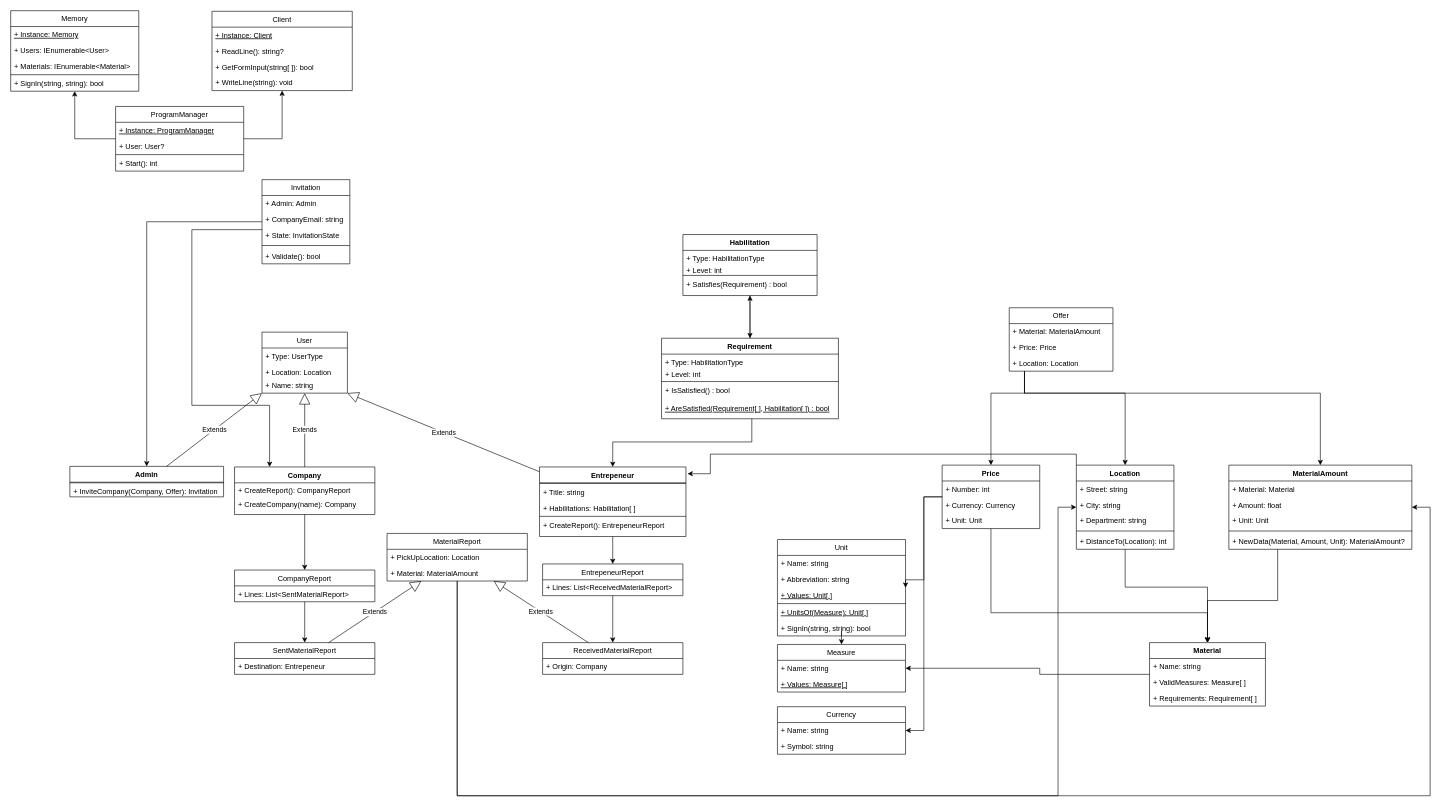
ProgramacionII-Equipo3/Grupo3-Proyecto keeps this draw.io diagram as assets/UML-diagram.drawio. Above is the earlier version. Source tidied: cells renumbered, new cells numbered last; positions are measured from the earlier drawing's top-left corner, leaving out a move shared by most shapes. Both pictures are drawn from the tidied source at 61%, with x=0, y=0 at pixel (10, 10).
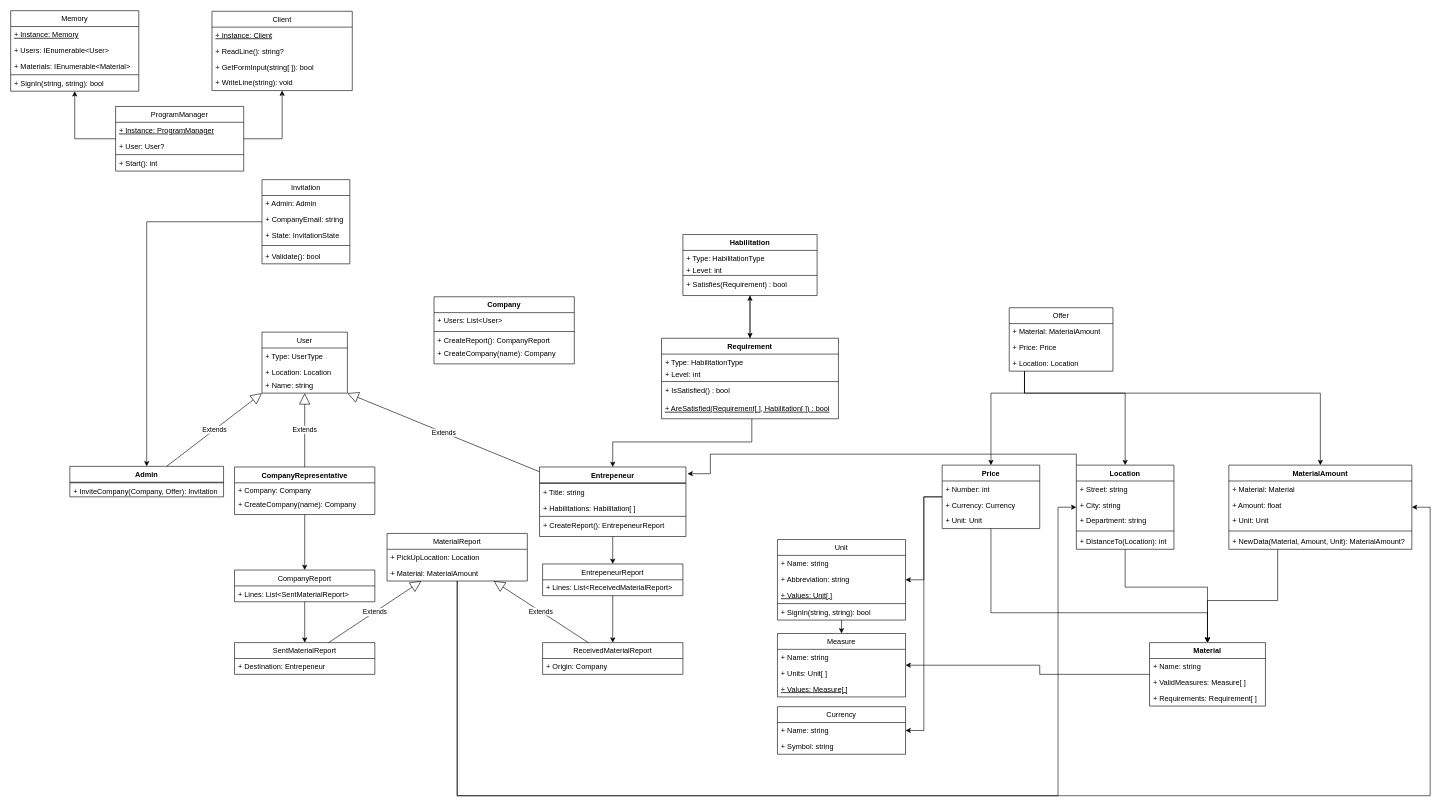
The same diagram, later.

Unchanged cells that the change refers to:
```xml
<mxCell id="7" value="CompanyReport" style="swimlane;fontStyle=0;horizontal=1;startSize=26;" parent="1" vertex="1">
  <mxGeometry x="367" y="917" width="230" height="52" as="geometry" />
</mxCell>
<mxCell id="31" value="Invitation" style="swimlane;fontStyle=0;horizontal=1;startSize=26;" parent="1" vertex="1">
  <mxGeometry x="412" y="277" width="144" height="138" as="geometry" />
</mxCell>
<mxCell id="45" value="Material" style="swimlane;fontStyle=1;align=center;verticalAlign=top;horizontal=1;startSize=26;" parent="1" vertex="1">
  <mxGeometry x="1867" y="1036" width="190" height="104" as="geometry" />
</mxCell>
<mxCell id="81" value="User" style="swimlane;fontStyle=0;horizontal=1;startSize=26;" parent="1" vertex="1">
  <mxGeometry x="412" y="527" width="140" height="100" as="geometry" />
</mxCell>
```

Diff of the diagram source:
```diff
@@
-    <mxCell id="2" style="edgeStyle=orthogonalEdgeStyle;rounded=0;jettySize=auto;html=1;entryX=0.5;entryY=0;entryDx=0;entryDy=0;" parent="1" edge="1" source="3" target="7">
+    <mxCell id="2" style="edgeStyle=orthogonalEdgeStyle;rounded=0;jettySize=auto;html=1;entryX=0.5;entryY=0;entryDx=0;entryDy=0;exitX=0.5;exitY=1;exitDx=0;exitDy=0;" parent="1" edge="1" source="128" target="7">
       <mxGeometry relative="1" as="geometry" />
     </mxCell>
-    <mxCell id="3" value="Company" style="swimlane;fontStyle=1;align=center;verticalAlign=top;horizontal=1;startSize=26;" parent="1" vertex="1">
-      <mxGeometry x="367" y="748" width="230" height="78" as="geometry" />
-    </mxCell>
-    <mxCell id="4" value="+ CreateReport(): CompanyReport" style="text;align=left;verticalAlign=top;spacingLeft=4;spacingRight=4;overflow=hidden;" parent="3" vertex="1">
-      <mxGeometry y="26" width="230" height="22" as="geometry" />
-    </mxCell>
-    <mxCell id="5" value="+ CreateCompany(name): Company" style="text;align=left;verticalAlign=top;spacingLeft=4;spacingRight=4;overflow=hidden;" parent="3" vertex="1">
-      <mxGeometry y="48" width="230" height="30" as="geometry" />
-    </mxCell>
@@
     <mxCell id="94" value="Measure" style="swimlane;fontStyle=0;horizontal=1;startSize=26;" parent="1" vertex="1">
-      <mxGeometry x="1257" y="1039" width="210" height="78" as="geometry" />
+      <mxGeometry x="1257" y="1021" width="210" height="104" as="geometry" />
     </mxCell>
@@
+    <mxCell id="104" value="+ Units: Unit[ ]" style="text;align=left;verticalAlign=top;spacingLeft=4;spacingRight=4;overflow=hidden;fontStyle=0;" parent="94" vertex="1">
+      <mxGeometry y="52" width="210" height="26" as="geometry" />
+    </mxCell>
     <mxCell id="96" value="+ Values: Measure[ ]" style="text;align=left;verticalAlign=top;spacingLeft=4;spacingRight=4;overflow=hidden;fontStyle=4;" parent="94" vertex="1">
-      <mxGeometry y="52" width="210" height="26" as="geometry" />
+      <mxGeometry y="78" width="210" height="26" as="geometry" />
     </mxCell>
@@
     <mxCell id="99" value="Unit" style="swimlane;fontStyle=0;horizontal=1;startSize=26;" parent="1" vertex="1">
-      <mxGeometry x="1257" y="867" width="210" height="158" as="geometry" />
+      <mxGeometry x="1257" y="867" width="210" height="132" as="geometry" />
     </mxCell>
@@
-    <mxCell id="104" value="+ UnitsOf(Measure): Unit[ ]" style="text;align=left;verticalAlign=top;spacingLeft=4;spacingRight=4;overflow=hidden;fontStyle=4;" parent="99" vertex="1">
-      <mxGeometry y="106" width="210" height="26" as="geometry" />
-    </mxCell>
     <mxCell id="105" value="+ SignIn(string, string): bool" style="text;align=left;verticalAlign=top;spacingLeft=4;spacingRight=4;overflow=hidden;" parent="99" vertex="1">
-      <mxGeometry y="132" width="210" height="26" as="geometry" />
+      <mxGeometry y="106" width="210" height="26" as="geometry" />
     </mxCell>
@@
-    <mxCell id="116" value="Extends" style="endArrow=block;endSize=16;endFill=0;html=1;entryX=0.5;entryY=1;entryDx=0;entryDy=0;" parent="1" edge="1" source="3" target="81">
+    <mxCell id="116" value="Extends" style="endArrow=block;endSize=16;endFill=0;html=1;entryX=0.5;entryY=1;entryDx=0;entryDy=0;exitX=0.5;exitY=0;exitDx=0;exitDy=0;" parent="1" edge="1" source="128" target="81">
       <mxGeometry relative="1" as="geometry" />
     </mxCell>
@@
     <mxCell id="119" style="edgeStyle=orthogonalEdgeStyle;rounded=0;jettySize=auto;html=1;exitX=0;exitY=0.5;exitDx=0;exitDy=0;entryX=1;entryY=0.5;entryDx=0;entryDy=0;" parent="1" edge="1" source="45" target="94">
       <mxGeometry relative="1" as="geometry">
         <Array as="points">
           <mxPoint x="1687" y="1088" />
-          <mxPoint x="1687" y="1078" />
+          <mxPoint x="1687" y="1073" />
         </Array>
       </mxGeometry>
     </mxCell>
-    <mxCell id="120" style="edgeStyle=orthogonalEdgeStyle;rounded=0;jettySize=auto;html=1;entryX=0.25;entryY=0;entryDx=0;entryDy=0;" parent="1" edge="1" source="31" target="3">
-      <mxGeometry relative="1" as="geometry">
-        <Array as="points">
-          <mxPoint x="297" y="359" />
-          <mxPoint x="297" y="647" />
-          <mxPoint x="425" y="647" />
-        </Array>
-      </mxGeometry>
-    </mxCell>
@@
+    <mxCell id="128" value="CompanyRepresentative" style="swimlane;fontStyle=1;align=center;verticalAlign=top;horizontal=1;startSize=26;" parent="1" vertex="1">
+      <mxGeometry x="367" y="748" width="230" height="78" as="geometry" />
+    </mxCell>
+    <mxCell id="129" value="+ Company: Company" style="text;align=left;verticalAlign=top;spacingLeft=4;spacingRight=4;overflow=hidden;" parent="128" vertex="1">
+      <mxGeometry y="26" width="230" height="22" as="geometry" />
+    </mxCell>
+    <mxCell id="5" value="+ CreateCompany(name): Company" style="text;align=left;verticalAlign=top;spacingLeft=4;spacingRight=4;overflow=hidden;" parent="128" vertex="1">
+      <mxGeometry y="48" width="230" height="30" as="geometry" />
+    </mxCell>
+    <mxCell id="3" value="Company" style="swimlane;fontStyle=1;align=center;verticalAlign=top;horizontal=1;startSize=26;" parent="1" vertex="1">
+      <mxGeometry x="694" y="469" width="230" height="110" as="geometry" />
+    </mxCell>
+    <mxCell id="130" value="+ Users: List&lt;User&gt;" style="text;align=left;verticalAlign=top;spacingLeft=4;spacingRight=4;overflow=hidden;" parent="3" vertex="1">
+      <mxGeometry y="26" width="230" height="30" as="geometry" />
+    </mxCell>
+    <mxCell id="131" style="line;strokeWidth=1;align=left;verticalAlign=middle;spacingTop=-1;spacingLeft=3;spacingRight=3;labelPosition=right;" parent="3" vertex="1">
+      <mxGeometry y="56" width="230" height="2" as="geometry" />
+    </mxCell>
+    <mxCell id="4" value="+ CreateReport(): CompanyReport" style="text;align=left;verticalAlign=top;spacingLeft=4;spacingRight=4;overflow=hidden;" parent="3" vertex="1">
+      <mxGeometry y="58" width="230" height="22" as="geometry" />
+    </mxCell>
+    <mxCell id="132" value="+ CreateCompany(name): Company" style="text;align=left;verticalAlign=top;spacingLeft=4;spacingRight=4;overflow=hidden;" parent="3" vertex="1">
+      <mxGeometry y="80" width="230" height="30" as="geometry" />
+    </mxCell>
```
